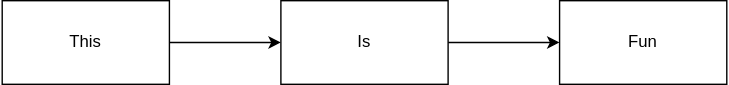
Above: DiagramInGithub.drawio.svg in justindoherty/testdraw (draw.io), before the change. Source tidied: cells renumbered, new cells last; positions are measured from the earlier drawing's top-left corner, leaving out a move shared by most shapes.
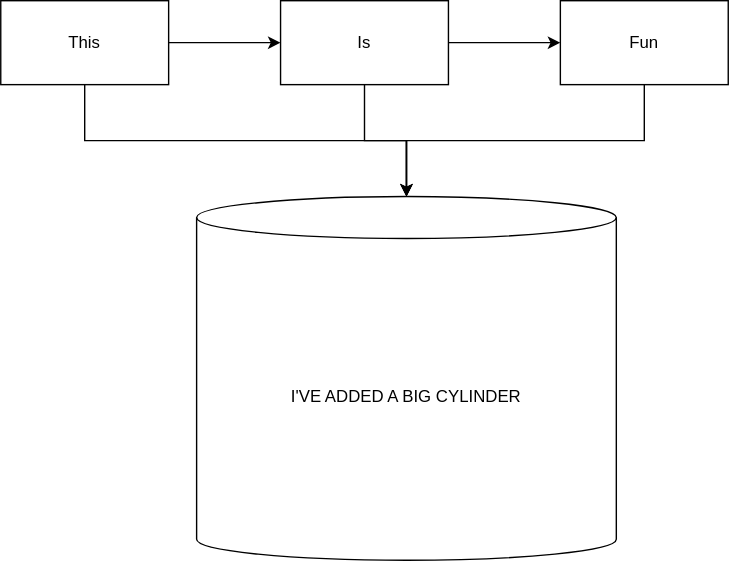
After the change.

Commit message:
Add a big cylinder

Diff of the diagram source:
```diff
@@ -5,17 +5,29 @@
     <mxCell id="2" style="edgeStyle=orthogonalEdgeStyle;rounded=0;jettySize=auto;html=1;" parent="1" edge="1" source="3" target="5">
       <mxGeometry relative="1" as="geometry" />
     </mxCell>
+    <mxCell id="7" style="edgeStyle=orthogonalEdgeStyle;rounded=0;jettySize=auto;html=1;exitX=0.5;exitY=1;exitDx=0;exitDy=0;fontColor=default;strokeColor=default;labelBackgroundColor=default;" parent="1" edge="1" source="3" target="10">
+      <mxGeometry relative="1" as="geometry" />
+    </mxCell>
     <mxCell id="3" value="This" style="rounded=0;whiteSpace=wrap;html=1;fillColor=default;strokeColor=default;fontColor=default;" parent="1" vertex="1">
       <mxGeometry width="120" height="60" as="geometry" />
     </mxCell>
     <mxCell id="4" style="edgeStyle=orthogonalEdgeStyle;rounded=0;jettySize=auto;html=1;fontColor=default;" parent="1" edge="1" source="5" target="6">
       <mxGeometry relative="1" as="geometry" />
     </mxCell>
+    <mxCell id="8" style="edgeStyle=orthogonalEdgeStyle;rounded=0;jettySize=auto;html=1;exitX=0.5;exitY=1;exitDx=0;exitDy=0;fontColor=default;strokeColor=default;labelBackgroundColor=default;" parent="1" edge="1" source="5" target="10">
+      <mxGeometry relative="1" as="geometry" />
+    </mxCell>
     <mxCell id="5" value="Is" style="rounded=0;whiteSpace=wrap;html=1;fillColor=default;strokeColor=default;fontColor=default;" parent="1" vertex="1">
       <mxGeometry x="200" width="120" height="60" as="geometry" />
     </mxCell>
+    <mxCell id="9" style="edgeStyle=orthogonalEdgeStyle;rounded=0;jettySize=auto;html=1;exitX=0.5;exitY=1;exitDx=0;exitDy=0;labelBackgroundColor=default;fontColor=default;strokeColor=default;" parent="1" edge="1" source="6" target="10">
+      <mxGeometry relative="1" as="geometry" />
+    </mxCell>
     <mxCell id="6" value="Fun" style="rounded=0;whiteSpace=wrap;html=1;" parent="1" vertex="1">
       <mxGeometry x="400" width="120" height="60" as="geometry" />
     </mxCell>
+    <mxCell id="10" value="I'VE ADDED A BIG CYLINDER" style="shape=cylinder3;whiteSpace=wrap;html=1;boundedLbl=1;backgroundOutline=1;size=15;fontColor=default;strokeColor=default;fillColor=default;" parent="1" vertex="1">
+      <mxGeometry x="140" y="140" width="300" height="260" as="geometry" />
+    </mxCell>
   </root>
 </mxGraphModel>
```
